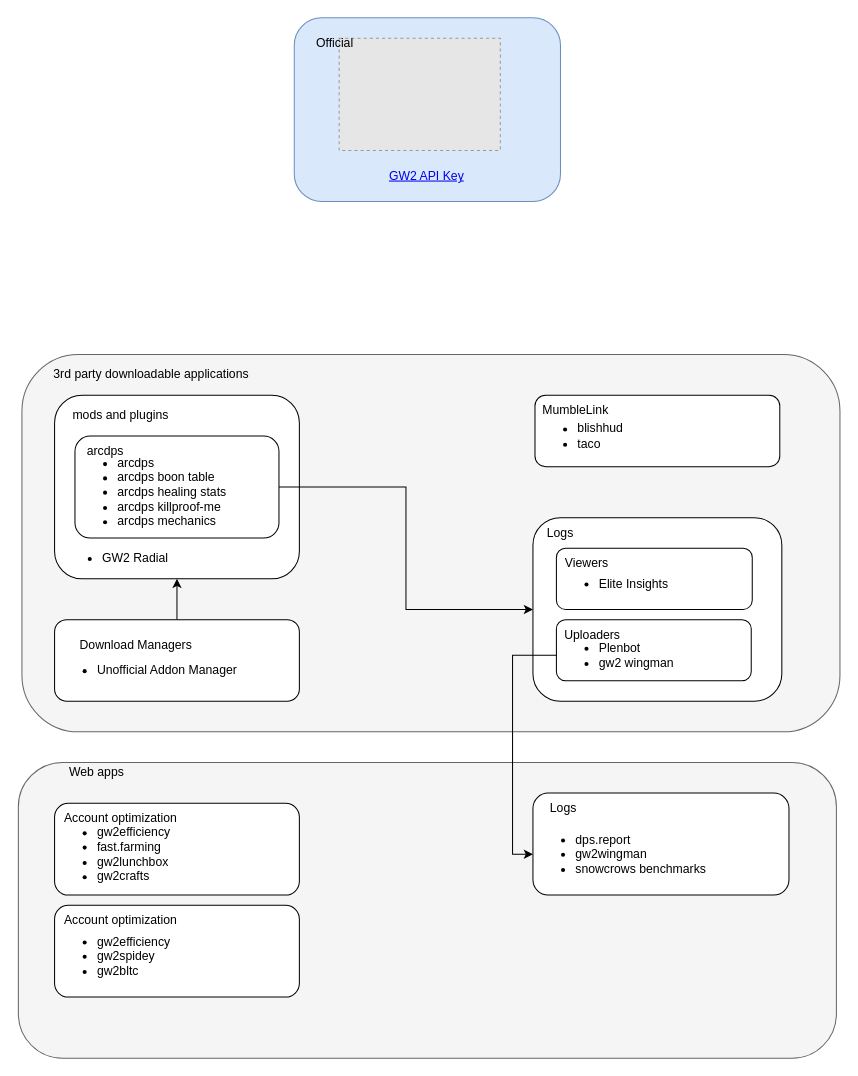
The draw.io diagram index.drawio in ClaytonAstrom/claytonastrom.github.io, before the edit. Source tidied: cells renumbered, new cells numbered last; positions are measured from the earlier drawing's top-left corner, leaving out a move shared by most shapes. Both pictures are drawn from the tidied source at 102%, with x=0, y=0 at pixel (17, 17). Pictures stored in the file or linked from it are replaced by grey dashed boxes.
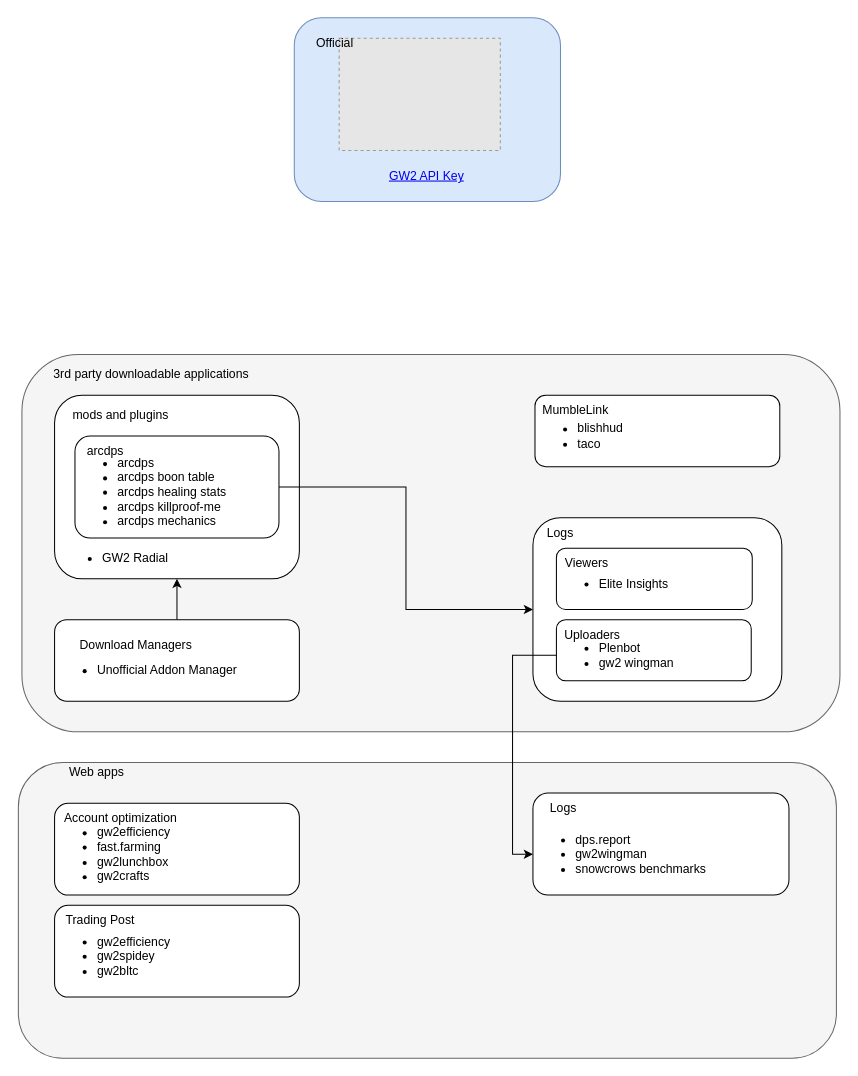
The same diagram, later.

What changed in the source:
```diff
@@
-    <mxCell id="39" value="Account optimization" style="text;strokeColor=none;align=center;fillColor=none;html=1;verticalAlign=middle;whiteSpace=wrap;rounded=0;" parent="1" vertex="1">
-      <mxGeometry x="36" y="870" width="130" height="30" as="geometry" />
+    <mxCell id="39" value="Trading Post" style="text;strokeColor=none;align=center;fillColor=none;html=1;verticalAlign=middle;whiteSpace=wrap;rounded=0;" parent="1" vertex="1">
+      <mxGeometry x="36" y="870" width="90" height="30" as="geometry" />
     </mxCell>
```
